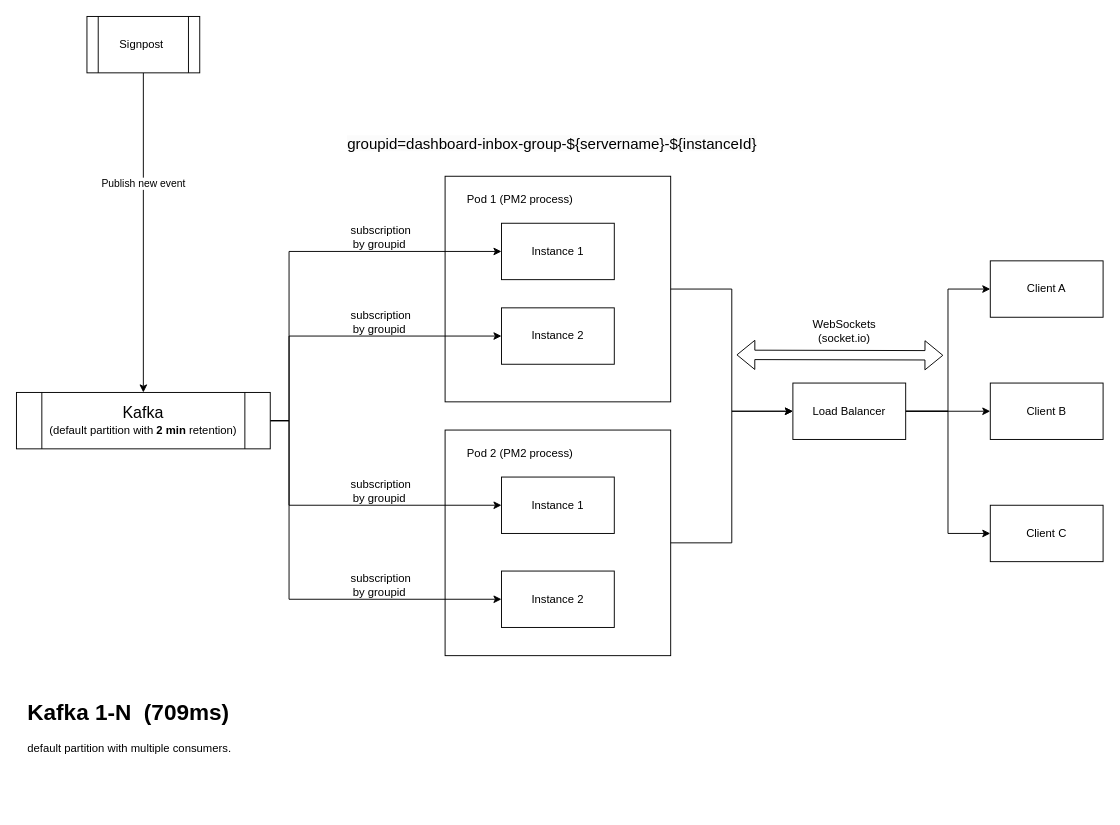
The draw.io diagram page "Kafka 1-n" (3 of 5) of hppd-Inbox.drawio in half-6/workflow, before the edit. Source tidied: cells renumbered, new cells numbered last; positions are measured from the earlier drawing's top-left corner, leaving out a move shared by most shapes. Both pictures are drawn from the tidied source at 94%, with x=0, y=0 at pixel (16, 16).
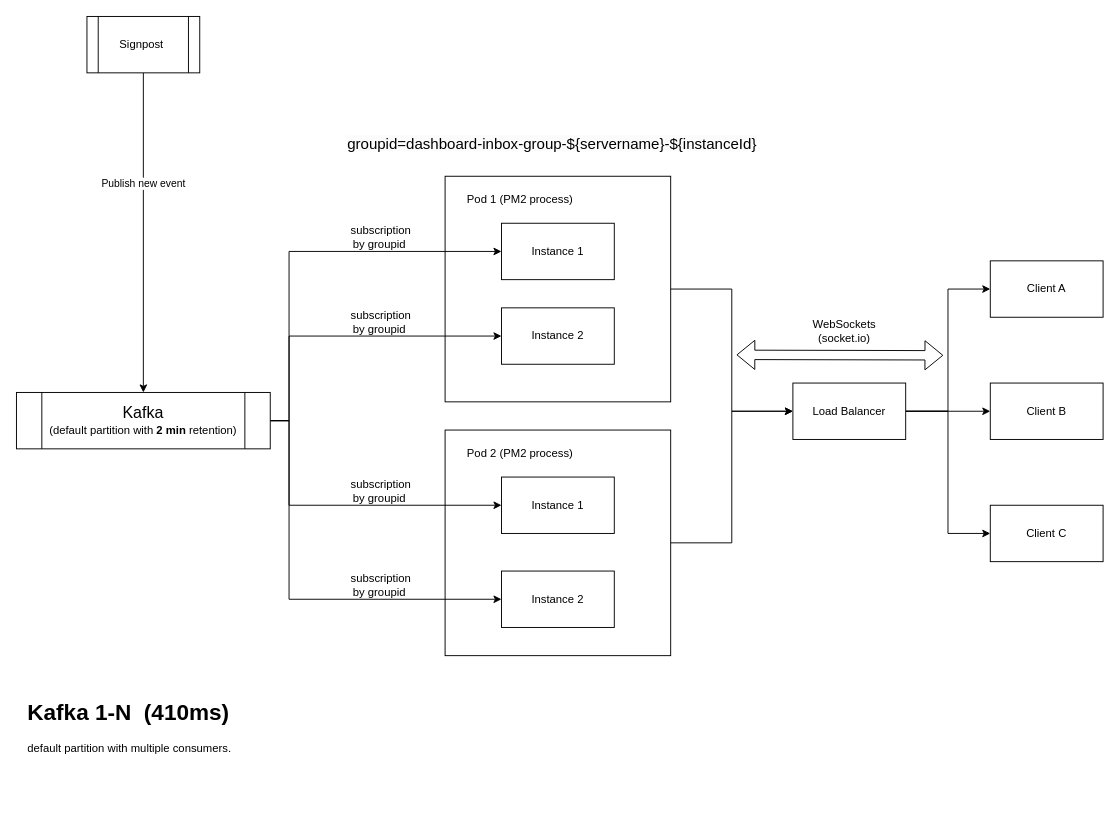
After the change.

What changed in the source:
```diff
@@
-    <mxCell id="36" value="&lt;h1 style=&quot;margin-top: 0px;&quot;&gt;Kafka 1-N&amp;nbsp; (709ms)&lt;/h1&gt;&lt;p&gt;default partition with multiple consumers.&amp;nbsp; &amp;nbsp;&lt;/p&gt;" style="text;html=1;whiteSpace=wrap;overflow=hidden;rounded=0;" parent="1" vertex="1">
+    <mxCell id="36" value="&lt;h1 style=&quot;margin-top: 0px;&quot;&gt;Kafka 1-N&amp;nbsp; (410ms)&lt;/h1&gt;&lt;p&gt;default partition with multiple consumers.&amp;nbsp; &amp;nbsp;&lt;/p&gt;" style="text;html=1;whiteSpace=wrap;overflow=hidden;rounded=0;" parent="1" vertex="1">
       <mxGeometry x="10" y="720" width="650" height="120" as="geometry" />
     </mxCell>
```
